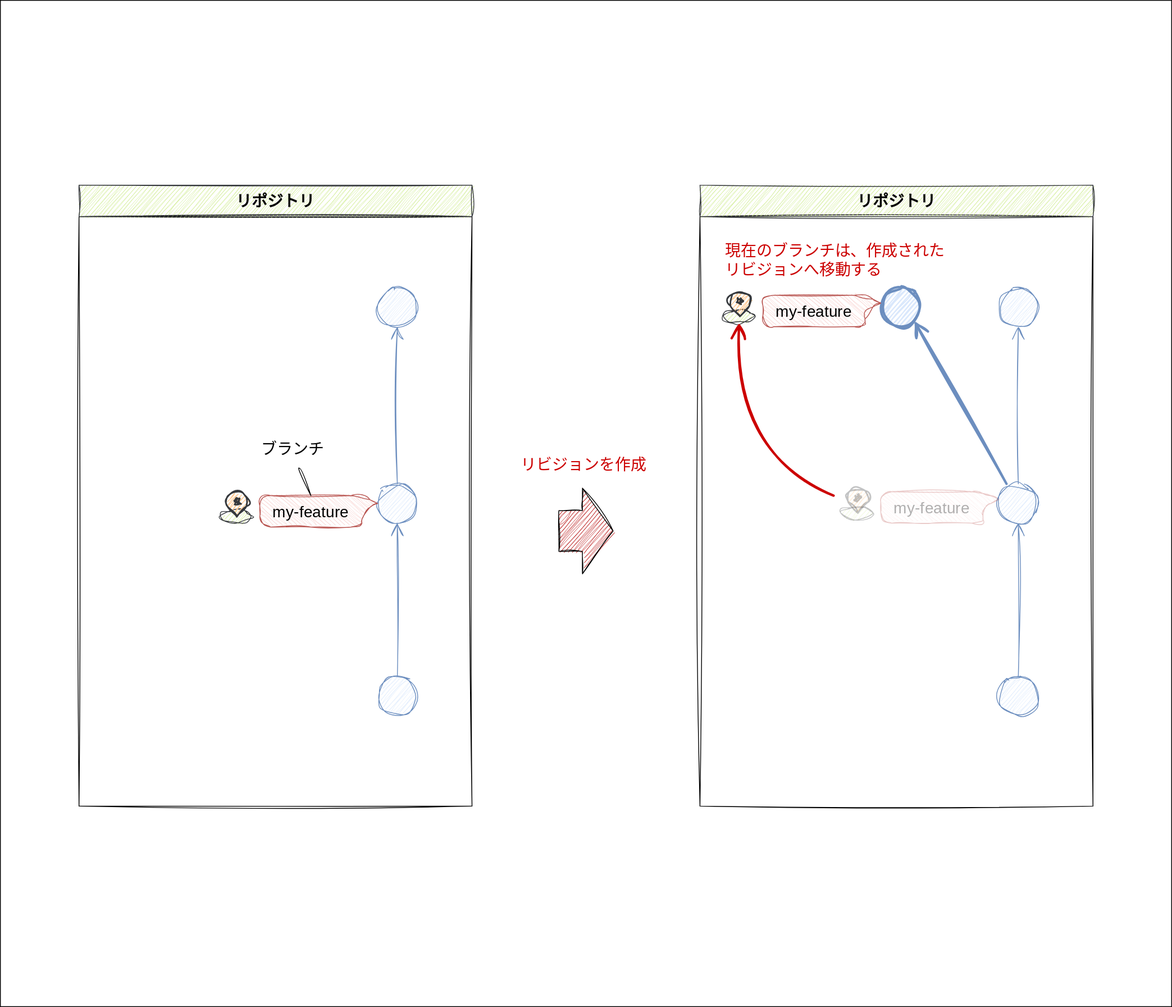
Before: doc/image/introducion/branch.drawio.svg, a diagram exported from draw.io (kazurego7/fit). Source tidied: cells renumbered, new cells last; positions are measured from the earlier drawing's top-left corner, leaving out a move shared by most shapes.
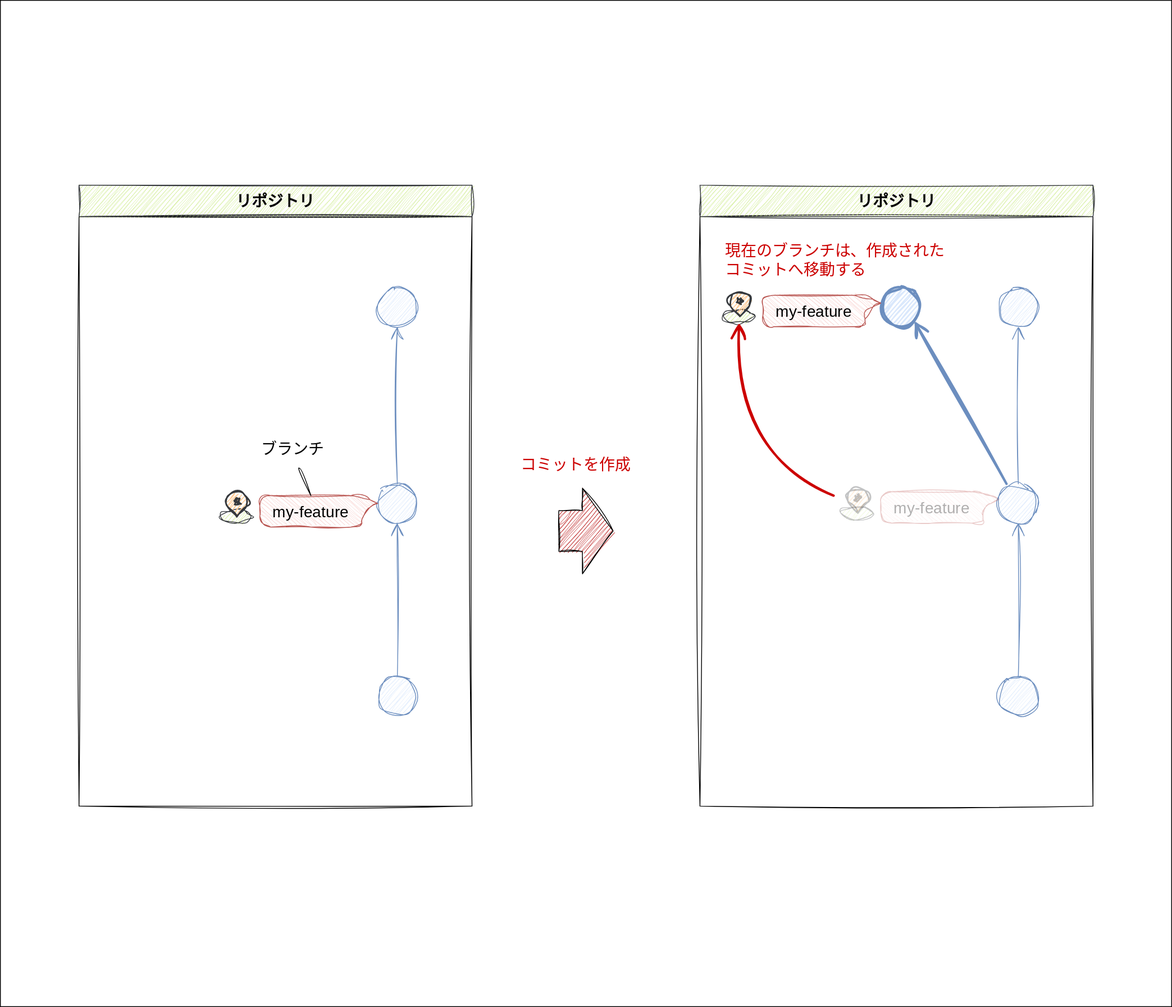
The same file after the commit.

The edit, as a diff of the source:
```diff
@@ -53,10 +53,10 @@
     <mxCell id="17" style="html=1;verticalLabelPosition=bottom;align=center;labelBackgroundColor=#ffffff;verticalAlign=top;strokeWidth=2;strokeColor=#36393d;shadow=0;dashed=0;shape=mxgraph.ios7.icons.location;sketch=1;hachureGap=4;jiggle=2;curveFitting=1;fontFamily=Architects Daughter;fontSource=https%3A%2F%2Ffonts.googleapis.com%2Fcss%3Ffamily%3DArchitects%2BDaughter;fontSize=20;fillColor=#ffcc99;gradientColor=none;" parent="15" vertex="1">
       <mxGeometry x="4.8" width="32" height="32" as="geometry" />
     </mxCell>
-    <mxCell id="18" value="現在のブランチは、作成されたリビジョンへ移動する" style="text;strokeColor=none;fillColor=none;html=1;align=left;verticalAlign=middle;whiteSpace=wrap;rounded=0;sketch=1;hachureGap=4;jiggle=2;curveFitting=1;fontFamily=Zen Kurenaido;fontSource=https%3A%2F%2Ffonts.googleapis.com%2Fcss%3Ffamily%3DZen%2BKurenaido;fontSize=20;fontColor=#CC0000;" parent="1" vertex="1">
-      <mxGeometry x="920" y="305" width="300" height="50" as="geometry" />
+    <mxCell id="18" value="現在のブランチは、作成されたコミットへ移動する" style="text;strokeColor=none;fillColor=none;html=1;align=left;verticalAlign=middle;whiteSpace=wrap;rounded=0;sketch=1;hachureGap=4;jiggle=2;curveFitting=1;fontFamily=Zen Kurenaido;fontSource=https%3A%2F%2Ffonts.googleapis.com%2Fcss%3Ffamily%3DZen%2BKurenaido;fontSize=20;fontColor=#CC0000;" parent="1" vertex="1">
+      <mxGeometry x="920" y="305" width="290" height="50" as="geometry" />
     </mxCell>
-    <mxCell id="19" value="リビジョンを作成" style="text;strokeColor=none;fillColor=none;html=1;align=left;verticalAlign=middle;whiteSpace=wrap;rounded=0;sketch=1;hachureGap=4;jiggle=2;curveFitting=1;fontFamily=Zen Kurenaido;fontSource=https%3A%2F%2Ffonts.googleapis.com%2Fcss%3Ffamily%3DZen%2BKurenaido;fontSize=20;fontColor=#CC0000;" parent="1" vertex="1">
+    <mxCell id="19" value="コミットを作成" style="text;strokeColor=none;fillColor=none;html=1;align=left;verticalAlign=middle;whiteSpace=wrap;rounded=0;sketch=1;hachureGap=4;jiggle=2;curveFitting=1;fontFamily=Zen Kurenaido;fontSource=https%3A%2F%2Ffonts.googleapis.com%2Fcss%3Ffamily%3DZen%2BKurenaido;fontSize=20;fontColor=#CC0000;" parent="1" vertex="1">
       <mxGeometry x="660" y="565" width="170" height="50" as="geometry" />
     </mxCell>
     <mxCell id="20" value="my-feature" style="shape=callout;whiteSpace=wrap;html=1;perimeter=calloutPerimeter;rounded=1;shadow=0;glass=0;sketch=1;hachureGap=4;jiggle=2;curveFitting=1;strokeColor=#b85450;strokeWidth=1;fontFamily=Architects Daughter;fontSource=https%3A%2F%2Ffonts.googleapis.com%2Fcss%3Ffamily%3DArchitects%2BDaughter;fontSize=20;fillColor=#f8cecc;size=20;position=0.5;position2=0.75;base=40;arcSize=28;direction=north;" parent="1" vertex="1">
```
